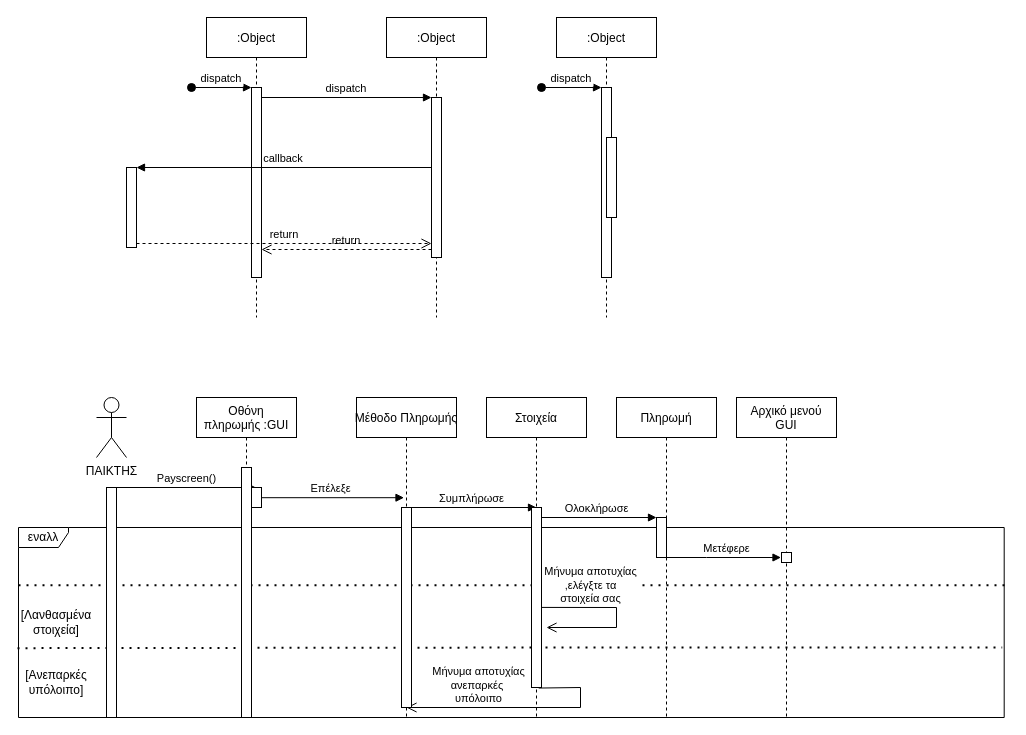
Above: spetz/sequences/add_payment_method_roba.drawio in Pspetz/Organthlon (draw.io), before the change. Source tidied: cells renumbered, new cells numbered last; positions are measured from the earlier drawing's top-left corner, leaving out a move shared by most shapes. Both pictures are drawn from the tidied source at 100%, with x=0, y=0 at pixel (18, 17).
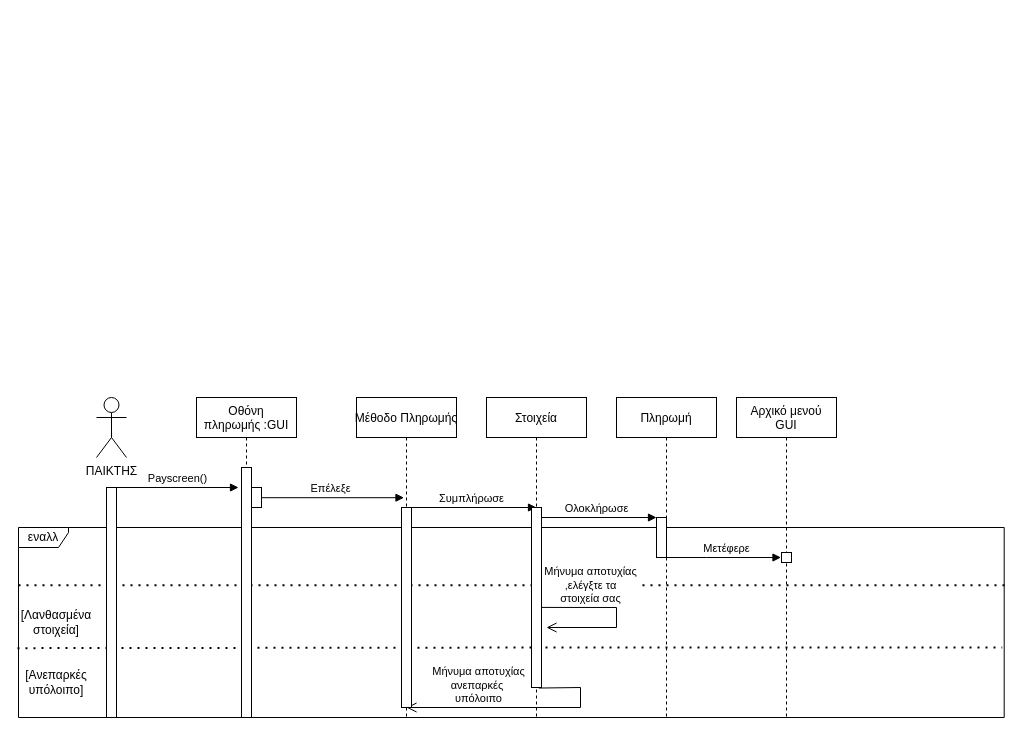
Above is the later version.

Diff of the diagram source:
```diff
@@
-    <mxCell id="2" value=":Object" style="shape=umlLifeline;perimeter=lifelinePerimeter;rounded=0;shadow=0;strokeWidth=1;" parent="1" vertex="1">
-      <mxGeometry x="188" width="100" height="300" as="geometry" />
-    </mxCell>
-    <mxCell id="3" style="points=[];perimeter=orthogonalPerimeter;rounded=0;shadow=0;strokeWidth=1;" parent="2" vertex="1">
-      <mxGeometry x="45" y="70" width="10" height="190" as="geometry" />
-    </mxCell>
-    <mxCell id="4" value="dispatch" style="verticalAlign=bottom;startArrow=oval;endArrow=block;startSize=8;shadow=0;strokeWidth=1;" parent="2" edge="1" target="3">
-      <mxGeometry relative="1" as="geometry">
-        <mxPoint x="-15" y="70" as="sourcePoint" />
-      </mxGeometry>
-    </mxCell>
-    <mxCell id="5" value=":Object" style="shape=umlLifeline;perimeter=lifelinePerimeter;rounded=0;shadow=0;strokeWidth=1;" parent="1" vertex="1">
-      <mxGeometry x="368" width="100" height="300" as="geometry" />
-    </mxCell>
-    <mxCell id="6" style="points=[];perimeter=orthogonalPerimeter;rounded=0;shadow=0;strokeWidth=1;" parent="5" vertex="1">
-      <mxGeometry x="45" y="80" width="10" height="160" as="geometry" />
-    </mxCell>
-    <mxCell id="7" value="return" style="verticalAlign=bottom;endArrow=open;dashed=1;endSize=8;exitX=0;exitY=0.95;shadow=0;strokeWidth=1;" parent="1" edge="1" source="6" target="3">
-      <mxGeometry relative="1" as="geometry" />
-    </mxCell>
-    <mxCell id="8" value="dispatch" style="verticalAlign=bottom;endArrow=block;entryX=0;entryY=0;shadow=0;strokeWidth=1;" parent="1" edge="1" source="3" target="6">
-      <mxGeometry relative="1" as="geometry" />
-    </mxCell>
-    <mxCell id="9" value="callback" style="verticalAlign=bottom;endArrow=block;entryX=1;entryY=0;shadow=0;strokeWidth=1;" parent="1" edge="1" source="6" target="24">
-      <mxGeometry relative="1" as="geometry" />
-    </mxCell>
-    <mxCell id="10" value="return" style="verticalAlign=bottom;endArrow=open;dashed=1;endSize=8;exitX=1;exitY=0.95;shadow=0;strokeWidth=1;" parent="1" edge="1" source="24" target="6">
-      <mxGeometry relative="1" as="geometry" />
-    </mxCell>
-    <mxCell id="11" value=":Object" style="shape=umlLifeline;perimeter=lifelinePerimeter;rounded=0;shadow=0;strokeWidth=1;" parent="1" vertex="1">
-      <mxGeometry x="538" width="100" height="300" as="geometry" />
-    </mxCell>
-    <mxCell id="12" style="points=[];perimeter=orthogonalPerimeter;rounded=0;shadow=0;strokeWidth=1;" parent="11" vertex="1">
-      <mxGeometry x="45" y="70" width="10" height="190" as="geometry" />
-    </mxCell>
-    <mxCell id="13" value="dispatch" style="verticalAlign=bottom;startArrow=oval;endArrow=block;startSize=8;shadow=0;strokeWidth=1;" parent="11" edge="1" target="12">
-      <mxGeometry relative="1" as="geometry">
-        <mxPoint x="-15" y="70" as="sourcePoint" />
-      </mxGeometry>
-    </mxCell>
-    <mxCell id="14" style="perimeter=orthogonalPerimeter;rounded=0;shadow=0;strokeWidth=1;" parent="11" vertex="1">
-      <mxGeometry x="50" y="120" width="10" height="80" as="geometry" />
-    </mxCell>
@@
     <mxCell id="16" value="Payscreen()" style="html=1;verticalAlign=bottom;endArrow=block;rounded=0;" parent="1" edge="1">
       <mxGeometry relative="1" as="geometry">
         <mxPoint x="98" y="470" as="sourcePoint" />
-        <mxPoint x="237.5" y="470" as="targetPoint" />
+        <mxPoint x="220" y="470" as="targetPoint" />
       </mxGeometry>
     </mxCell>
@@
-    <mxCell id="24" style="points=[];perimeter=orthogonalPerimeter;rounded=0;shadow=0;strokeWidth=1;" parent="1" vertex="1">
-      <mxGeometry x="108" y="150" width="10" height="80" as="geometry" />
-    </mxCell>
```
